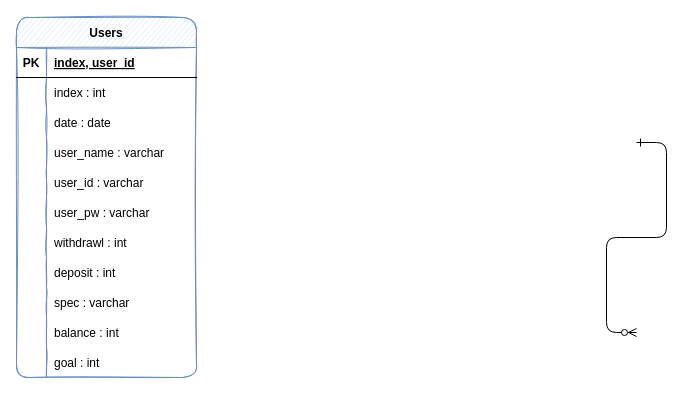
Before: money/Untitled Diagram.drawio in skanwngud/Project, a draw.io diagram. Source tidied: cells renumbered, new cells numbered last; positions are measured from the earlier drawing's top-left corner, leaving out a move shared by most shapes. Both pictures are drawn from the tidied source at 100%, with x=0, y=0 at pixel (16, 17).
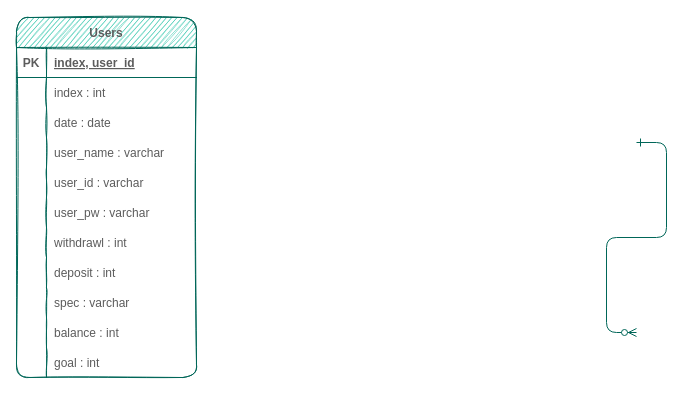
Above is the later version.

Diff of the diagram source:
```diff
@@
-    <mxCell id="2" style="edgeStyle=entityRelationEdgeStyle;endArrow=ERzeroToMany;startArrow=ERone;endFill=1;startFill=0;" parent="1" edge="1">
+    <mxCell id="2" style="edgeStyle=entityRelationEdgeStyle;endArrow=ERzeroToMany;startArrow=ERone;endFill=1;startFill=0;strokeColor=#006658;fontColor=#5C5C5C;" parent="1" edge="1">
       <mxGeometry relative="1" as="geometry">
         <mxPoint x="620" y="125" as="sourcePoint" />
         <mxPoint x="620" y="315" as="targetPoint" />
       </mxGeometry>
     </mxCell>
-    <mxCell id="3" value="Users" style="shape=table;startSize=30;childLayout=tableLayout;rowLines=0;fontStyle=1;align=center;fillColor=#dae8fc;rounded=1;swimlaneLine=1;shadow=0;sketch=1;strokeColor=#6c8ebf;" parent="1" vertex="1">
+    <mxCell id="3" value="Users" style="shape=table;startSize=30;childLayout=tableLayout;rowLines=0;fontStyle=1;align=center;fillColor=#21C0A5;rounded=1;swimlaneLine=1;shadow=0;sketch=1;strokeColor=#006658;fontColor=#5C5C5C;" parent="1" vertex="1">
       <mxGeometry width="180" height="360" as="geometry" />
     </mxCell>
-    <mxCell id="4" style="shape=tableRow;horizontal=0;startSize=0;swimlaneHead=0;swimlaneBody=0;fillColor=none;top=0;left=0;right=0;bottom=1;" parent="3" vertex="1">
+    <mxCell id="4" style="shape=tableRow;horizontal=0;startSize=0;swimlaneHead=0;swimlaneBody=0;fillColor=none;top=0;left=0;right=0;bottom=1;strokeColor=#006658;fontColor=#5C5C5C;" parent="3" vertex="1">
       <mxGeometry y="30" width="180" height="30" as="geometry" />
     </mxCell>
-    <mxCell id="5" value="PK" style="shape=partialRectangle;fillColor=none;top=0;left=0;bottom=0;right=0;fontStyle=1;overflow=hidden;" parent="4" vertex="1">
+    <mxCell id="5" value="PK" style="shape=partialRectangle;fillColor=none;top=0;left=0;bottom=0;right=0;fontStyle=1;overflow=hidden;strokeColor=#006658;fontColor=#5C5C5C;" parent="4" vertex="1">
       <mxGeometry width="30" height="30" as="geometry" />
     </mxCell>
-    <mxCell id="6" value="index, user_id" style="shape=partialRectangle;fillColor=none;top=0;left=0;bottom=0;right=0;align=left;spacingLeft=6;fontStyle=5;overflow=hidden;sketch=1;" parent="4" vertex="1">
+    <mxCell id="6" value="index, user_id" style="shape=partialRectangle;fillColor=none;top=0;left=0;bottom=0;right=0;align=left;spacingLeft=6;fontStyle=5;overflow=hidden;sketch=1;strokeColor=#006658;fontColor=#5C5C5C;" parent="4" vertex="1">
       <mxGeometry x="30" width="150" height="30" as="geometry" />
     </mxCell>
-    <mxCell id="7" style="shape=tableRow;horizontal=0;startSize=0;swimlaneHead=0;swimlaneBody=0;fillColor=none;top=0;left=0;right=0;bottom=0;" parent="3" vertex="1">
+    <mxCell id="7" style="shape=tableRow;horizontal=0;startSize=0;swimlaneHead=0;swimlaneBody=0;fillColor=none;top=0;left=0;right=0;bottom=0;strokeColor=#006658;fontColor=#5C5C5C;" parent="3" vertex="1">
       <mxGeometry y="60" width="180" height="30" as="geometry" />
     </mxCell>
-    <mxCell id="8" style="shape=partialRectangle;fillColor=none;top=0;left=0;bottom=0;right=0;overflow=hidden;sketch=1;" parent="7" vertex="1">
+    <mxCell id="8" style="shape=partialRectangle;fillColor=none;top=0;left=0;bottom=0;right=0;overflow=hidden;sketch=1;strokeColor=#006658;fontColor=#5C5C5C;" parent="7" vertex="1">
       <mxGeometry width="30" height="30" as="geometry" />
     </mxCell>
-    <mxCell id="9" value="index : int" style="shape=partialRectangle;top=0;left=0;bottom=0;right=0;align=left;spacingLeft=6;overflow=hidden;fillColor=none;sketch=1;" parent="7" vertex="1">
+    <mxCell id="9" value="index : int" style="shape=partialRectangle;top=0;left=0;bottom=0;right=0;align=left;spacingLeft=6;overflow=hidden;fillColor=none;sketch=1;strokeColor=#006658;fontColor=#5C5C5C;" parent="7" vertex="1">
       <mxGeometry x="30" width="150" height="30" as="geometry" />
     </mxCell>
-    <mxCell id="10" style="shape=tableRow;horizontal=0;startSize=0;swimlaneHead=0;swimlaneBody=0;fillColor=none;top=0;left=0;right=0;bottom=0;" parent="3" vertex="1">
+    <mxCell id="10" style="shape=tableRow;horizontal=0;startSize=0;swimlaneHead=0;swimlaneBody=0;fillColor=none;top=0;left=0;right=0;bottom=0;strokeColor=#006658;fontColor=#5C5C5C;" parent="3" vertex="1">
       <mxGeometry y="90" width="180" height="30" as="geometry" />
     </mxCell>
-    <mxCell id="11" style="shape=partialRectangle;fillColor=none;top=0;left=0;bottom=0;right=0;overflow=hidden;" parent="10" vertex="1">
+    <mxCell id="11" style="shape=partialRectangle;fillColor=none;top=0;left=0;bottom=0;right=0;overflow=hidden;strokeColor=#006658;fontColor=#5C5C5C;" parent="10" vertex="1">
       <mxGeometry width="30" height="30" as="geometry" />
     </mxCell>
-    <mxCell id="12" value="date : date" style="shape=partialRectangle;fillColor=none;top=0;left=0;bottom=0;right=0;align=left;spacingLeft=6;overflow=hidden;" parent="10" vertex="1">
+    <mxCell id="12" value="date : date" style="shape=partialRectangle;fillColor=none;top=0;left=0;bottom=0;right=0;align=left;spacingLeft=6;overflow=hidden;strokeColor=#006658;fontColor=#5C5C5C;" parent="10" vertex="1">
       <mxGeometry x="30" width="150" height="30" as="geometry" />
     </mxCell>
-    <mxCell id="13" style="shape=tableRow;horizontal=0;startSize=0;swimlaneHead=0;swimlaneBody=0;fillColor=none;top=0;left=0;right=0;bottom=0;" parent="3" vertex="1">
+    <mxCell id="13" style="shape=tableRow;horizontal=0;startSize=0;swimlaneHead=0;swimlaneBody=0;fillColor=none;top=0;left=0;right=0;bottom=0;strokeColor=#006658;fontColor=#5C5C5C;" parent="3" vertex="1">
       <mxGeometry y="120" width="180" height="30" as="geometry" />
     </mxCell>
-    <mxCell id="14" style="shape=partialRectangle;fillColor=none;top=0;left=0;bottom=0;right=0;overflow=hidden;" parent="13" vertex="1">
+    <mxCell id="14" style="shape=partialRectangle;fillColor=none;top=0;left=0;bottom=0;right=0;overflow=hidden;strokeColor=#006658;fontColor=#5C5C5C;" parent="13" vertex="1">
       <mxGeometry width="30" height="30" as="geometry" />
     </mxCell>
-    <mxCell id="15" value="user_name : varchar" style="shape=partialRectangle;fillColor=none;top=0;left=0;bottom=0;right=0;align=left;spacingLeft=6;overflow=hidden;" parent="13" vertex="1">
+    <mxCell id="15" value="user_name : varchar" style="shape=partialRectangle;fillColor=none;top=0;left=0;bottom=0;right=0;align=left;spacingLeft=6;overflow=hidden;strokeColor=#006658;fontColor=#5C5C5C;" parent="13" vertex="1">
       <mxGeometry x="30" width="150" height="30" as="geometry" />
     </mxCell>
-    <mxCell id="16" style="shape=tableRow;horizontal=0;startSize=0;swimlaneHead=0;swimlaneBody=0;fillColor=none;top=0;left=0;right=0;bottom=0;" parent="3" vertex="1">
+    <mxCell id="16" style="shape=tableRow;horizontal=0;startSize=0;swimlaneHead=0;swimlaneBody=0;fillColor=none;top=0;left=0;right=0;bottom=0;strokeColor=#006658;fontColor=#5C5C5C;" parent="3" vertex="1">
       <mxGeometry y="150" width="180" height="30" as="geometry" />
     </mxCell>
-    <mxCell id="17" style="shape=partialRectangle;fillColor=none;top=0;left=0;bottom=0;right=0;overflow=hidden;" parent="16" vertex="1">
+    <mxCell id="17" style="shape=partialRectangle;fillColor=none;top=0;left=0;bottom=0;right=0;overflow=hidden;strokeColor=#006658;fontColor=#5C5C5C;" parent="16" vertex="1">
       <mxGeometry width="30" height="30" as="geometry" />
     </mxCell>
-    <mxCell id="18" value="user_id : varchar" style="shape=partialRectangle;fillColor=none;top=0;left=0;bottom=0;right=0;align=left;spacingLeft=6;overflow=hidden;" parent="16" vertex="1">
+    <mxCell id="18" value="user_id : varchar" style="shape=partialRectangle;fillColor=none;top=0;left=0;bottom=0;right=0;align=left;spacingLeft=6;overflow=hidden;strokeColor=#006658;fontColor=#5C5C5C;" parent="16" vertex="1">
       <mxGeometry x="30" width="150" height="30" as="geometry" />
     </mxCell>
-    <mxCell id="19" style="shape=tableRow;horizontal=0;startSize=0;swimlaneHead=0;swimlaneBody=0;fillColor=none;top=0;left=0;right=0;bottom=0;" parent="3" vertex="1">
+    <mxCell id="19" style="shape=tableRow;horizontal=0;startSize=0;swimlaneHead=0;swimlaneBody=0;fillColor=none;top=0;left=0;right=0;bottom=0;strokeColor=#006658;fontColor=#5C5C5C;" parent="3" vertex="1">
       <mxGeometry y="180" width="180" height="30" as="geometry" />
     </mxCell>
-    <mxCell id="20" style="shape=partialRectangle;fillColor=none;top=0;left=0;bottom=0;right=0;overflow=hidden;" parent="19" vertex="1">
+    <mxCell id="20" style="shape=partialRectangle;fillColor=none;top=0;left=0;bottom=0;right=0;overflow=hidden;strokeColor=#006658;fontColor=#5C5C5C;" parent="19" vertex="1">
       <mxGeometry width="30" height="30" as="geometry" />
     </mxCell>
-    <mxCell id="21" value="user_pw : varchar" style="shape=partialRectangle;fillColor=none;top=0;left=0;bottom=0;right=0;align=left;spacingLeft=6;overflow=hidden;" parent="19" vertex="1">
+    <mxCell id="21" value="user_pw : varchar" style="shape=partialRectangle;fillColor=none;top=0;left=0;bottom=0;right=0;align=left;spacingLeft=6;overflow=hidden;strokeColor=#006658;fontColor=#5C5C5C;" parent="19" vertex="1">
       <mxGeometry x="30" width="150" height="30" as="geometry" />
     </mxCell>
-    <mxCell id="22" style="shape=tableRow;horizontal=0;startSize=0;swimlaneHead=0;swimlaneBody=0;fillColor=none;top=0;left=0;right=0;bottom=0;" parent="3" vertex="1">
+    <mxCell id="22" style="shape=tableRow;horizontal=0;startSize=0;swimlaneHead=0;swimlaneBody=0;fillColor=none;top=0;left=0;right=0;bottom=0;strokeColor=#006658;fontColor=#5C5C5C;" parent="3" vertex="1">
       <mxGeometry y="210" width="180" height="30" as="geometry" />
     </mxCell>
-    <mxCell id="23" style="shape=partialRectangle;fillColor=none;top=0;left=0;bottom=0;right=0;overflow=hidden;" parent="22" vertex="1">
+    <mxCell id="23" style="shape=partialRectangle;fillColor=none;top=0;left=0;bottom=0;right=0;overflow=hidden;strokeColor=#006658;fontColor=#5C5C5C;" parent="22" vertex="1">
       <mxGeometry width="30" height="30" as="geometry" />
     </mxCell>
-    <mxCell id="24" value="withdrawl : int" style="shape=partialRectangle;fillColor=none;top=0;left=0;bottom=0;right=0;align=left;spacingLeft=6;overflow=hidden;" parent="22" vertex="1">
+    <mxCell id="24" value="withdrawl : int" style="shape=partialRectangle;fillColor=none;top=0;left=0;bottom=0;right=0;align=left;spacingLeft=6;overflow=hidden;strokeColor=#006658;fontColor=#5C5C5C;" parent="22" vertex="1">
       <mxGeometry x="30" width="150" height="30" as="geometry" />
     </mxCell>
-    <mxCell id="25" style="shape=tableRow;horizontal=0;startSize=0;swimlaneHead=0;swimlaneBody=0;fillColor=none;top=0;left=0;right=0;bottom=0;" parent="3" vertex="1">
+    <mxCell id="25" style="shape=tableRow;horizontal=0;startSize=0;swimlaneHead=0;swimlaneBody=0;fillColor=none;top=0;left=0;right=0;bottom=0;strokeColor=#006658;fontColor=#5C5C5C;" parent="3" vertex="1">
       <mxGeometry y="240" width="180" height="30" as="geometry" />
     </mxCell>
-    <mxCell id="26" style="shape=partialRectangle;fillColor=none;top=0;left=0;bottom=0;right=0;overflow=hidden;" parent="25" vertex="1">
+    <mxCell id="26" style="shape=partialRectangle;fillColor=none;top=0;left=0;bottom=0;right=0;overflow=hidden;strokeColor=#006658;fontColor=#5C5C5C;" parent="25" vertex="1">
       <mxGeometry width="30" height="30" as="geometry" />
     </mxCell>
-    <mxCell id="27" value="deposit : int" style="shape=partialRectangle;fillColor=none;top=0;left=0;bottom=0;right=0;align=left;spacingLeft=6;overflow=hidden;" parent="25" vertex="1">
+    <mxCell id="27" value="deposit : int" style="shape=partialRectangle;fillColor=none;top=0;left=0;bottom=0;right=0;align=left;spacingLeft=6;overflow=hidden;strokeColor=#006658;fontColor=#5C5C5C;" parent="25" vertex="1">
       <mxGeometry x="30" width="150" height="30" as="geometry" />
     </mxCell>
-    <mxCell id="28" style="shape=tableRow;horizontal=0;startSize=0;swimlaneHead=0;swimlaneBody=0;fillColor=none;top=0;left=0;right=0;bottom=0;" parent="3" vertex="1">
+    <mxCell id="28" style="shape=tableRow;horizontal=0;startSize=0;swimlaneHead=0;swimlaneBody=0;fillColor=none;top=0;left=0;right=0;bottom=0;strokeColor=#006658;fontColor=#5C5C5C;" parent="3" vertex="1">
       <mxGeometry y="270" width="180" height="30" as="geometry" />
     </mxCell>
-    <mxCell id="29" style="shape=partialRectangle;fillColor=none;top=0;left=0;bottom=0;right=0;overflow=hidden;" parent="28" vertex="1">
+    <mxCell id="29" style="shape=partialRectangle;fillColor=none;top=0;left=0;bottom=0;right=0;overflow=hidden;strokeColor=#006658;fontColor=#5C5C5C;" parent="28" vertex="1">
       <mxGeometry width="30" height="30" as="geometry" />
     </mxCell>
-    <mxCell id="30" value="spec : varchar" style="shape=partialRectangle;fillColor=none;top=0;left=0;bottom=0;right=0;align=left;spacingLeft=6;overflow=hidden;" parent="28" vertex="1">
+    <mxCell id="30" value="spec : varchar" style="shape=partialRectangle;fillColor=none;top=0;left=0;bottom=0;right=0;align=left;spacingLeft=6;overflow=hidden;strokeColor=#006658;fontColor=#5C5C5C;" parent="28" vertex="1">
       <mxGeometry x="30" width="150" height="30" as="geometry" />
     </mxCell>
-    <mxCell id="31" style="shape=tableRow;horizontal=0;startSize=0;swimlaneHead=0;swimlaneBody=0;fillColor=none;top=0;left=0;right=0;bottom=0;" parent="3" vertex="1">
+    <mxCell id="31" style="shape=tableRow;horizontal=0;startSize=0;swimlaneHead=0;swimlaneBody=0;fillColor=none;top=0;left=0;right=0;bottom=0;strokeColor=#006658;fontColor=#5C5C5C;" parent="3" vertex="1">
       <mxGeometry y="300" width="180" height="30" as="geometry" />
     </mxCell>
-    <mxCell id="32" style="shape=partialRectangle;fillColor=none;top=0;left=0;bottom=0;right=0;overflow=hidden;" parent="31" vertex="1">
+    <mxCell id="32" style="shape=partialRectangle;fillColor=none;top=0;left=0;bottom=0;right=0;overflow=hidden;strokeColor=#006658;fontColor=#5C5C5C;" parent="31" vertex="1">
       <mxGeometry width="30" height="30" as="geometry" />
     </mxCell>
-    <mxCell id="33" value="balance : int" style="shape=partialRectangle;fillColor=none;top=0;left=0;bottom=0;right=0;align=left;spacingLeft=6;overflow=hidden;" parent="31" vertex="1">
+    <mxCell id="33" value="balance : int" style="shape=partialRectangle;fillColor=none;top=0;left=0;bottom=0;right=0;align=left;spacingLeft=6;overflow=hidden;strokeColor=#006658;fontColor=#5C5C5C;" parent="31" vertex="1">
       <mxGeometry x="30" width="150" height="30" as="geometry" />
     </mxCell>
-    <mxCell id="34" style="shape=tableRow;horizontal=0;startSize=0;swimlaneHead=0;swimlaneBody=0;fillColor=none;top=0;left=0;right=0;bottom=0;" parent="3" vertex="1">
+    <mxCell id="34" style="shape=tableRow;horizontal=0;startSize=0;swimlaneHead=0;swimlaneBody=0;fillColor=none;top=0;left=0;right=0;bottom=0;strokeColor=#006658;fontColor=#5C5C5C;" parent="3" vertex="1">
       <mxGeometry y="330" width="180" height="30" as="geometry" />
     </mxCell>
-    <mxCell id="35" style="shape=partialRectangle;fillColor=none;top=0;left=0;bottom=0;right=0;overflow=hidden;" parent="34" vertex="1">
+    <mxCell id="35" style="shape=partialRectangle;fillColor=none;top=0;left=0;bottom=0;right=0;overflow=hidden;strokeColor=#006658;fontColor=#5C5C5C;" parent="34" vertex="1">
       <mxGeometry width="30" height="30" as="geometry" />
     </mxCell>
-    <mxCell id="36" value="goal : int" style="shape=partialRectangle;fillColor=none;top=0;left=0;bottom=0;right=0;align=left;spacingLeft=6;overflow=hidden;" parent="34" vertex="1">
+    <mxCell id="36" value="goal : int" style="shape=partialRectangle;fillColor=none;top=0;left=0;bottom=0;right=0;align=left;spacingLeft=6;overflow=hidden;strokeColor=#006658;fontColor=#5C5C5C;" parent="34" vertex="1">
       <mxGeometry x="30" width="150" height="30" as="geometry" />
     </mxCell>
```
